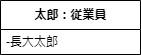
Earlier version of the draw.io export psp4/オブジェクト図/オブジェクト図.drawio.png (MasakiHiguchi/---). Source tidied: cells renumbered, new cells last; positions are measured from the earlier drawing's top-left corner, leaving out a move shared by most shapes.
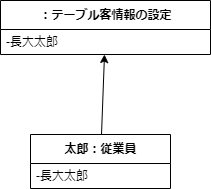
The same file after the commit.

Diff of the diagram source:
```diff
@@ -2,11 +2,20 @@
   <root>
     <mxCell id="0" />
     <mxCell id="1" parent="0" />
+    <mxCell id="4" style="edgeStyle=none;html=1;" parent="1" edge="1" source="2" target="5">
+      <mxGeometry relative="1" as="geometry" />
+    </mxCell>
     <mxCell id="2" value="太郎：従業員" style="swimlane;fontStyle=1;align=center;verticalAlign=middle;horizontal=1;startSize=29;html=1;" parent="1" vertex="1">
       <mxGeometry width="140" height="54" as="geometry" />
     </mxCell>
     <mxCell id="3" value="-長大太郎" style="text;html=1;strokeColor=none;fillColor=none;align=left;verticalAlign=middle;spacingLeft=4;spacingRight=4;overflow=hidden;" parent="2" vertex="1">
       <mxGeometry y="29" width="140" height="25" as="geometry" />
     </mxCell>
+    <mxCell id="5" value="：テーブル客情報の設定" style="swimlane;fontStyle=1;align=center;verticalAlign=middle;horizontal=1;startSize=29;html=1;" parent="1" vertex="1">
+      <mxGeometry x="-30" y="-134" width="210" height="54" as="geometry" />
+    </mxCell>
+    <mxCell id="6" value="-長大太郎" style="text;html=1;strokeColor=none;fillColor=none;align=left;verticalAlign=middle;spacingLeft=4;spacingRight=4;overflow=hidden;" parent="5" vertex="1">
+      <mxGeometry y="29" width="210" height="25" as="geometry" />
+    </mxCell>
   </root>
 </mxGraphModel>
```
